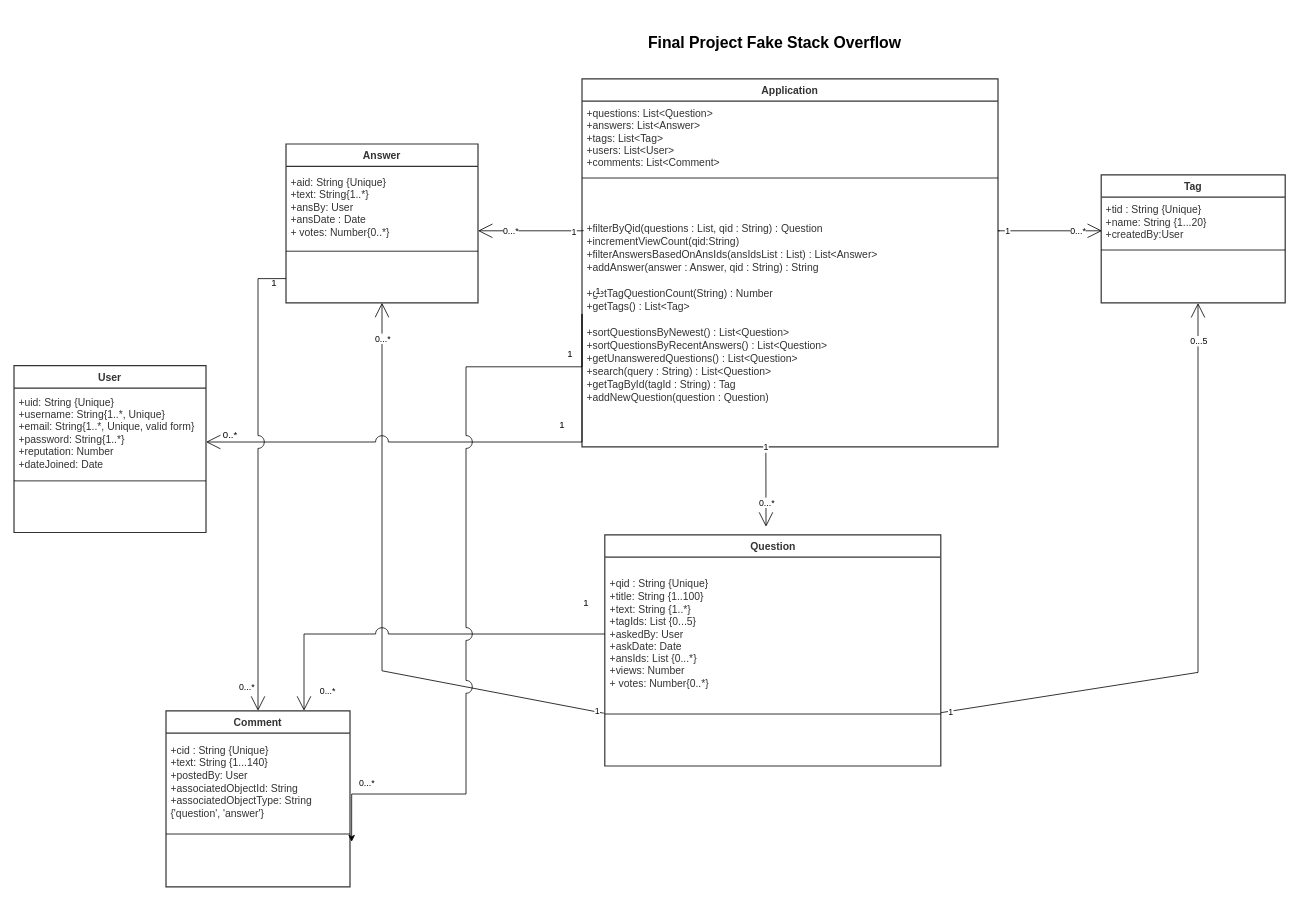
malhar212/stackoverflow-clone keeps this draw.io diagram as page "UML" (1 of 11) of design/FakeStackOverflow.drawio. Above is the earlier version. Source tidied: cells renumbered, new cells numbered last; positions are measured from the earlier drawing's top-left corner, leaving out a move shared by most shapes. Both pictures are drawn from the tidied source at 80%, with x=0, y=0 at pixel (14, 14).
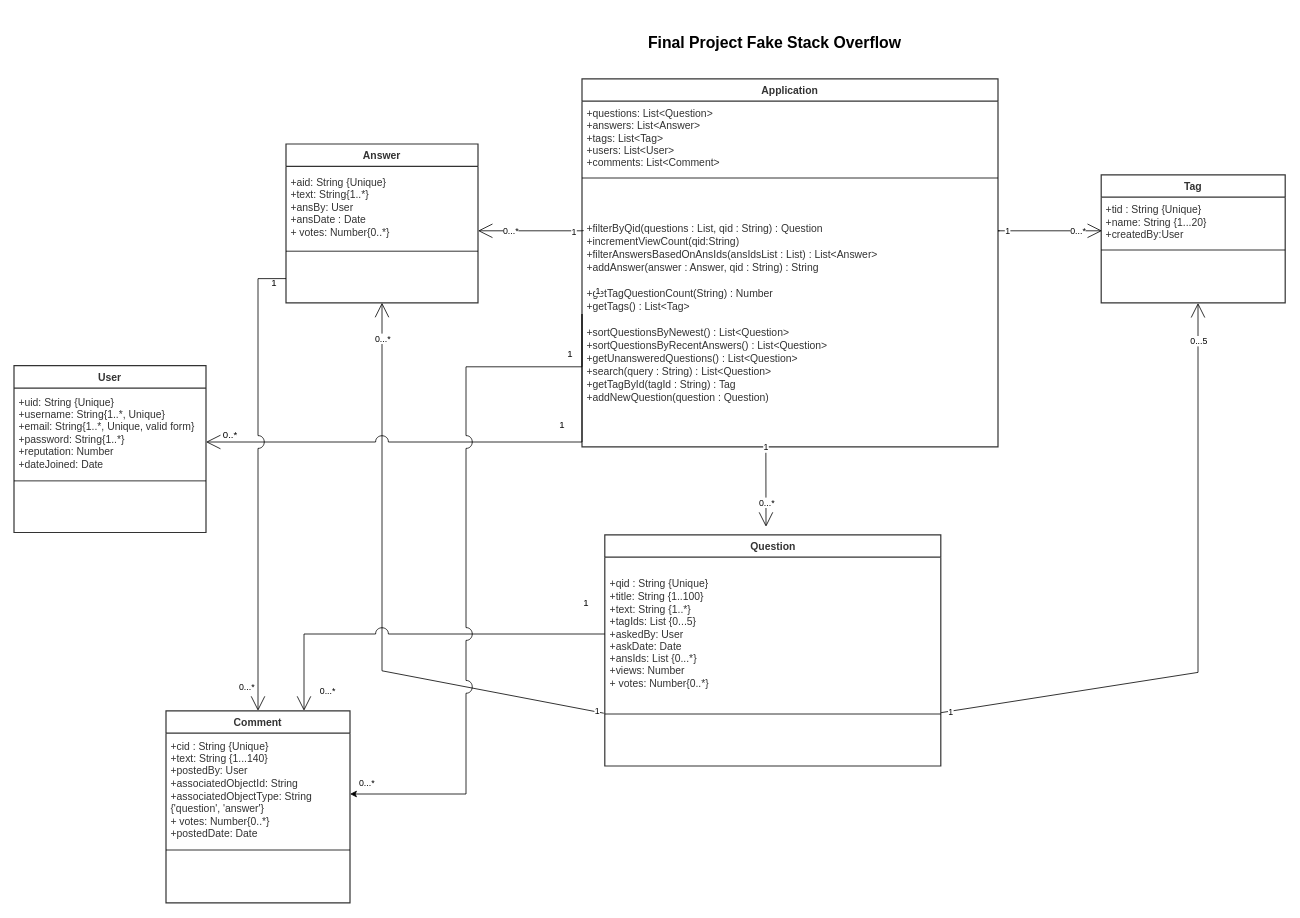
Above is the later version.

Unchanged cells that the change refers to:
```xml
<mxCell id="8" value="&lt;div style=&quot;display: flex; justify-content: center; align-items: baseline; font-size: 0px; line-height: 1.25; margin-top: -2px;&quot;&gt;&lt;span&gt;&lt;span style=&quot;font-size:13px;color:#333333;&quot;&gt;+filterByQid(questions : List, qid : String) : Question&lt;br&gt;+incrementViewCount(qid:String) &lt;br&gt;+filterAnswersBasedOnAnsIds(ansIdsList : List) : List&amp;lt;Answer&amp;gt; &lt;br&gt;+addAnswer(answer : Answer, qid : String) : String&lt;br&gt;&lt;br&gt;+getTagQuestionCount(String) : Number&lt;br&gt;+getTags() : List&amp;lt;Tag&amp;gt;&lt;br&gt;&lt;br&gt;+sortQuestionsByNewest() : List&amp;lt;Question&amp;gt;&lt;br&gt;+sortQuestionsByRecentAnswers() : List&amp;lt;Question&amp;gt;&lt;br&gt;+getUnansweredQuestions() : List&amp;lt;Question&amp;gt;&lt;br&gt;+search(query : String) : List&amp;lt;Question&amp;gt;&lt;br&gt;+getTagById(tagId : String) : Tag&lt;br&gt;+addNewQuestion(question : Question)&lt;/span&gt;&lt;span style=&quot;font-size:13px;color:#333333;&quot;&gt;&lt;br&gt;&lt;/span&gt;&lt;/span&gt;&lt;/div&gt;" style="html=1;strokeColor=none;fillColor=none;align=left;verticalAlign=middle;spacingLeft=4;spacingRight=4;overflow=hidden;points=[[0,0.5],[1,0.5]];portConstraint=eastwest;swimlaneFillColor=#ffffff;strokeOpacity=100;whiteSpace=wrap;fontSize=13;fontColor=#333333;" parent="5" vertex="1">
  <mxGeometry y="128" width="520" height="332" as="geometry" />
</mxCell>
```

The edit, as a diff of the source:
```diff
@@
     <mxCell id="46" value="Comment" style="html=1;overflow=block;blockSpacing=1;swimlane;horizontal=1;swimlaneFillColor=#ffffff;startSize=28;whiteSpace=wrap;fontSize=13;fontColor=#333333;fontStyle=1;align=center;spacing=0;strokeColor=#333333;strokeOpacity=100;strokeWidth=1.5;" parent="1" vertex="1">
-      <mxGeometry x="190" y="871" width="230" height="220" as="geometry" />
+      <mxGeometry x="190" y="871" width="230" height="240" as="geometry" />
     </mxCell>
-    <mxCell id="47" value="+cid : String {Unique}&lt;br&gt;+text: String {1...140}&lt;br&gt;+postedBy: User&lt;br&gt;+associatedObjectId: String&lt;br&gt;+associatedObjectType: String {'question', 'answer'}" style="html=1;strokeColor=none;fillColor=none;align=left;verticalAlign=middle;spacingLeft=4;spacingRight=4;overflow=hidden;swimlaneFillColor=#ffffff;strokeOpacity=100;whiteSpace=wrap;fontSize=13;fontColor=#333333;" parent="46" vertex="1">
-      <mxGeometry y="28" width="230" height="122" as="geometry" />
+    <mxCell id="47" value="+cid : String {Unique}&lt;br&gt;+text: String {1...140}&lt;br&gt;+postedBy: User&lt;br&gt;+associatedObjectId: String&lt;br&gt;+associatedObjectType: String {'question', 'answer'}&lt;br&gt;+ votes: Number{0..*}&lt;br&gt;+postedDate: Date" style="html=1;strokeColor=none;fillColor=none;align=left;verticalAlign=middle;spacingLeft=4;spacingRight=4;overflow=hidden;swimlaneFillColor=#ffffff;strokeOpacity=100;whiteSpace=wrap;fontSize=13;fontColor=#333333;" parent="46" vertex="1">
+      <mxGeometry y="28" width="230" height="142" as="geometry" />
     </mxCell>
     <mxCell id="48" style="line;strokeWidth=1;fillColor=none;align=left;verticalAlign=middle;spacingTop=-1;spacingLeft=3;spacingRight=3;labelPosition=right;" parent="46" vertex="1">
-      <mxGeometry y="150" width="230" height="8" as="geometry" />
+      <mxGeometry y="170" width="230" height="8" as="geometry" />
     </mxCell>
     <mxCell id="49" style="html=1;strokeColor=none;fillColor=none;align=left;verticalAlign=middle;spacingLeft=4;spacingRight=4;overflow=hidden;points=[[0,0.5],[1,0.5]];portConstraint=eastwest;swimlaneFillColor=#ffffff;strokeOpacity=100;whiteSpace=wrap;fontSize=13;" parent="46" vertex="1">
-      <mxGeometry y="158" width="230" height="62" as="geometry" />
+      <mxGeometry y="178" width="230" height="62" as="geometry" />
     </mxCell>
@@
-    <mxCell id="54" style="edgeStyle=orthogonalEdgeStyle;rounded=0;jettySize=auto;html=1;exitX=0;exitY=0.5;exitDx=0;exitDy=0;entryX=1.009;entryY=0.093;entryDx=0;entryDy=0;entryPerimeter=0;jumpStyle=arc;jumpSize=16;" parent="1" edge="1" source="8" target="49">
+    <mxCell id="54" style="edgeStyle=orthogonalEdgeStyle;rounded=0;jettySize=auto;html=1;exitX=0;exitY=0.5;exitDx=0;exitDy=0;jumpStyle=arc;jumpSize=16;" parent="1" edge="1" source="8" target="46">
       <mxGeometry relative="1" as="geometry">
         <Array as="points">
           <mxPoint x="710" y="441" />
           <mxPoint x="565" y="441" />
           <mxPoint x="565" y="975" />
         </Array>
       </mxGeometry>
     </mxCell>
```
